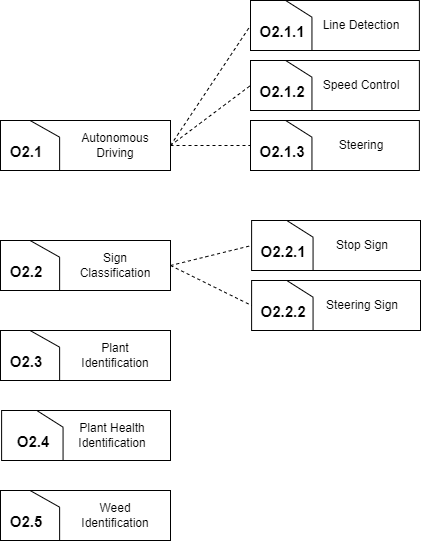
This is Documentation/System of Objectives/Internal Systems of Objectives.drawio.png from brodoluca/LosWeedsHermanos, a draw.io export, as it was before one commit. Source tidied: cells renumbered, new cells last; positions are measured from the earlier drawing's top-left corner, leaving out a move shared by most shapes. Source of this version:
```xml
<mxGraphModel>
  <root>
    <mxCell id="0" />
    <mxCell id="1" parent="0" />
    <mxCell id="2" style="group;" parent="1" vertex="1">
      <mxGeometry y="330" width="170" height="50" as="geometry" />
    </mxCell>
    <mxCell id="3" style="rounded=0;whiteSpace=wrap;html=1;" parent="2" vertex="1">
      <mxGeometry width="170" height="50" as="geometry" />
    </mxCell>
    <mxCell id="4" style="group;" parent="2" vertex="1">
      <mxGeometry x="29.6" width="29.6" height="50" as="geometry" />
    </mxCell>
    <mxCell id="5" style="endArrow=none;html=1;rounded=0;" parent="4" edge="1">
      <mxGeometry relative="1" as="geometry">
        <mxPoint x="29.6" y="50" as="sourcePoint" />
        <mxPoint x="29.6" y="16.7" as="targetPoint" />
      </mxGeometry>
    </mxCell>
    <mxCell id="6" style="endArrow=none;html=1;rounded=0;" parent="4" edge="1">
      <mxGeometry relative="1" as="geometry">
        <mxPoint as="sourcePoint" />
        <mxPoint x="29.6" y="16.7" as="targetPoint" />
      </mxGeometry>
    </mxCell>
    <mxCell id="7" value="O2.3" style="text;strokeColor=none;align=center;fillColor=none;html=1;verticalAlign=middle;whiteSpace=wrap;rounded=0;fontStyle=1;fontSize=15;" parent="4" vertex="1">
      <mxGeometry x="-14.8" y="22.2" width="22.2" height="16.7" as="geometry" />
    </mxCell>
    <mxCell id="8" value="Plant Identification" style="text;strokeColor=none;align=center;fillColor=none;html=1;verticalAlign=middle;whiteSpace=wrap;rounded=0;" parent="2" vertex="1">
      <mxGeometry x="70" y="10" width="90" height="30" as="geometry" />
    </mxCell>
    <mxCell id="9" style="group;" parent="1" vertex="1">
      <mxGeometry y="490" width="170" height="50" as="geometry" />
    </mxCell>
    <mxCell id="10" style="rounded=0;whiteSpace=wrap;html=1;" parent="9" vertex="1">
      <mxGeometry width="170" height="50" as="geometry" />
    </mxCell>
    <mxCell id="11" style="group;" parent="9" vertex="1">
      <mxGeometry x="29.6" width="29.6" height="50" as="geometry" />
    </mxCell>
    <mxCell id="12" style="endArrow=none;html=1;rounded=0;" parent="11" edge="1">
      <mxGeometry relative="1" as="geometry">
        <mxPoint x="29.6" y="50" as="sourcePoint" />
        <mxPoint x="29.6" y="16.7" as="targetPoint" />
      </mxGeometry>
    </mxCell>
    <mxCell id="13" style="endArrow=none;html=1;rounded=0;" parent="11" edge="1">
      <mxGeometry relative="1" as="geometry">
        <mxPoint as="sourcePoint" />
        <mxPoint x="29.6" y="16.7" as="targetPoint" />
      </mxGeometry>
    </mxCell>
    <mxCell id="14" value="O2.5" style="text;strokeColor=none;align=center;fillColor=none;html=1;verticalAlign=middle;whiteSpace=wrap;rounded=0;fontStyle=1;fontSize=15;" parent="11" vertex="1">
      <mxGeometry x="-14.8" y="22.2" width="22.2" height="16.7" as="geometry" />
    </mxCell>
    <mxCell id="15" value="Weed Identification" style="text;strokeColor=none;align=center;fillColor=none;html=1;verticalAlign=middle;whiteSpace=wrap;rounded=0;" parent="9" vertex="1">
      <mxGeometry x="70" y="10" width="90" height="30" as="geometry" />
    </mxCell>
    <mxCell id="16" style="group;" parent="1" vertex="1">
      <mxGeometry y="120" width="170" height="50" as="geometry" />
    </mxCell>
    <mxCell id="17" style="rounded=0;whiteSpace=wrap;html=1;" parent="16" vertex="1">
      <mxGeometry width="170" height="50" as="geometry" />
    </mxCell>
    <mxCell id="18" style="group;" parent="16" vertex="1">
      <mxGeometry x="29.6" width="29.6" height="50" as="geometry" />
    </mxCell>
    <mxCell id="19" style="endArrow=none;html=1;rounded=0;" parent="18" edge="1">
      <mxGeometry relative="1" as="geometry">
        <mxPoint x="29.6" y="50" as="sourcePoint" />
        <mxPoint x="29.6" y="16.7" as="targetPoint" />
      </mxGeometry>
    </mxCell>
    <mxCell id="20" style="endArrow=none;html=1;rounded=0;" parent="18" edge="1">
      <mxGeometry relative="1" as="geometry">
        <mxPoint as="sourcePoint" />
        <mxPoint x="29.6" y="16.7" as="targetPoint" />
      </mxGeometry>
    </mxCell>
    <mxCell id="21" value="O2.1" style="text;strokeColor=none;align=center;fillColor=none;html=1;verticalAlign=middle;whiteSpace=wrap;rounded=0;fontStyle=1;fontSize=15;" parent="18" vertex="1">
      <mxGeometry x="-14.8" y="22.2" width="22.2" height="16.7" as="geometry" />
    </mxCell>
    <mxCell id="22" value="Autonomous&lt;br&gt;Driving" style="text;strokeColor=none;align=center;fillColor=none;html=1;verticalAlign=middle;whiteSpace=wrap;rounded=0;" parent="16" vertex="1">
      <mxGeometry x="70" y="10" width="90" height="30" as="geometry" />
    </mxCell>
    <mxCell id="23" style="group;" parent="1" vertex="1">
      <mxGeometry x="258.9" width="160" height="50" as="geometry" />
    </mxCell>
    <mxCell id="24" style="rounded=0;whiteSpace=wrap;html=1;" parent="23" vertex="1">
      <mxGeometry x="-8.9" width="168.9" height="50" as="geometry" />
    </mxCell>
    <mxCell id="25" style="group;" parent="23" vertex="1">
      <mxGeometry x="26.3" width="26.3" height="50" as="geometry" />
    </mxCell>
    <mxCell id="26" style="endArrow=none;html=1;rounded=0;" parent="25" edge="1">
      <mxGeometry relative="1" as="geometry">
        <mxPoint x="26.3" y="50" as="sourcePoint" />
        <mxPoint x="26.3" y="16.7" as="targetPoint" />
      </mxGeometry>
    </mxCell>
    <mxCell id="27" style="endArrow=none;html=1;rounded=0;" parent="25" edge="1">
      <mxGeometry relative="1" as="geometry">
        <mxPoint as="sourcePoint" />
        <mxPoint x="26.3" y="16.7" as="targetPoint" />
      </mxGeometry>
    </mxCell>
    <mxCell id="28" value="O2.1.1" style="text;strokeColor=none;align=center;fillColor=none;html=1;verticalAlign=middle;whiteSpace=wrap;rounded=0;fontStyle=1;fontSize=15;" parent="25" vertex="1">
      <mxGeometry x="-13.1" y="22.2" width="19.7" height="16.7" as="geometry" />
    </mxCell>
    <mxCell id="29" value="Line Detection" style="text;strokeColor=none;align=center;fillColor=none;html=1;verticalAlign=middle;whiteSpace=wrap;rounded=0;" parent="23" vertex="1">
      <mxGeometry x="62.2" y="10" width="80" height="30" as="geometry" />
    </mxCell>
    <mxCell id="30" style="endArrow=none;dashed=1;html=1;rounded=0;exitX=1;exitY=0.5;exitDx=0;exitDy=0;entryX=0;entryY=0.5;entryDx=0;entryDy=0;" parent="1" edge="1" source="17" target="24">
      <mxGeometry relative="1" as="geometry" />
    </mxCell>
    <mxCell id="31" style="group;" parent="1" vertex="1">
      <mxGeometry y="240" width="170" height="50" as="geometry" />
    </mxCell>
    <mxCell id="32" style="rounded=0;whiteSpace=wrap;html=1;" parent="31" vertex="1">
      <mxGeometry width="170" height="50" as="geometry" />
    </mxCell>
    <mxCell id="33" style="group;" parent="31" vertex="1">
      <mxGeometry x="29.6" width="29.6" height="50" as="geometry" />
    </mxCell>
    <mxCell id="34" style="endArrow=none;html=1;rounded=0;" parent="33" edge="1">
      <mxGeometry relative="1" as="geometry">
        <mxPoint x="29.6" y="50" as="sourcePoint" />
        <mxPoint x="29.6" y="16.7" as="targetPoint" />
      </mxGeometry>
    </mxCell>
    <mxCell id="35" style="endArrow=none;html=1;rounded=0;" parent="33" edge="1">
      <mxGeometry relative="1" as="geometry">
        <mxPoint as="sourcePoint" />
        <mxPoint x="29.6" y="16.7" as="targetPoint" />
      </mxGeometry>
    </mxCell>
    <mxCell id="36" value="O2.2" style="text;strokeColor=none;align=center;fillColor=none;html=1;verticalAlign=middle;whiteSpace=wrap;rounded=0;fontStyle=1;fontSize=15;" parent="33" vertex="1">
      <mxGeometry x="-14.8" y="22.2" width="22.2" height="16.7" as="geometry" />
    </mxCell>
    <mxCell id="37" value="Sign Classification" style="text;strokeColor=none;align=center;fillColor=none;html=1;verticalAlign=middle;whiteSpace=wrap;rounded=0;" parent="31" vertex="1">
      <mxGeometry x="70" y="10" width="90" height="30" as="geometry" />
    </mxCell>
    <mxCell id="38" style="group;" parent="1" vertex="1">
      <mxGeometry x="258.9" y="60" width="160" height="50" as="geometry" />
    </mxCell>
    <mxCell id="39" style="rounded=0;whiteSpace=wrap;html=1;" parent="38" vertex="1">
      <mxGeometry x="-8.9" width="168.9" height="50" as="geometry" />
    </mxCell>
    <mxCell id="40" style="group;" parent="38" vertex="1">
      <mxGeometry x="26.3" width="26.3" height="50" as="geometry" />
    </mxCell>
    <mxCell id="41" style="endArrow=none;html=1;rounded=0;" parent="40" edge="1">
      <mxGeometry relative="1" as="geometry">
        <mxPoint x="26.3" y="50" as="sourcePoint" />
        <mxPoint x="26.3" y="16.7" as="targetPoint" />
      </mxGeometry>
    </mxCell>
    <mxCell id="42" style="endArrow=none;html=1;rounded=0;" parent="40" edge="1">
      <mxGeometry relative="1" as="geometry">
        <mxPoint as="sourcePoint" />
        <mxPoint x="26.3" y="16.7" as="targetPoint" />
      </mxGeometry>
    </mxCell>
    <mxCell id="43" value="O2.1.2" style="text;strokeColor=none;align=center;fillColor=none;html=1;verticalAlign=middle;whiteSpace=wrap;rounded=0;fontStyle=1;fontSize=15;" parent="40" vertex="1">
      <mxGeometry x="-13.1" y="22.2" width="19.7" height="16.7" as="geometry" />
    </mxCell>
    <mxCell id="44" value="Speed Control" style="text;strokeColor=none;align=center;fillColor=none;html=1;verticalAlign=middle;whiteSpace=wrap;rounded=0;" parent="38" vertex="1">
      <mxGeometry x="62.2" y="10" width="80" height="30" as="geometry" />
    </mxCell>
    <mxCell id="45" style="group;" parent="1" vertex="1">
      <mxGeometry x="258.9" y="120" width="160" height="50" as="geometry" />
    </mxCell>
    <mxCell id="46" style="rounded=0;whiteSpace=wrap;html=1;" parent="45" vertex="1">
      <mxGeometry x="-8.9" width="168.9" height="50" as="geometry" />
    </mxCell>
    <mxCell id="47" style="group;" parent="45" vertex="1">
      <mxGeometry x="26.3" width="26.3" height="50" as="geometry" />
    </mxCell>
    <mxCell id="48" style="endArrow=none;html=1;rounded=0;" parent="47" edge="1">
      <mxGeometry relative="1" as="geometry">
        <mxPoint x="26.3" y="50" as="sourcePoint" />
        <mxPoint x="26.3" y="16.7" as="targetPoint" />
      </mxGeometry>
    </mxCell>
    <mxCell id="49" style="endArrow=none;html=1;rounded=0;" parent="47" edge="1">
      <mxGeometry relative="1" as="geometry">
        <mxPoint as="sourcePoint" />
        <mxPoint x="26.3" y="16.7" as="targetPoint" />
      </mxGeometry>
    </mxCell>
    <mxCell id="50" value="O2.1.3" style="text;strokeColor=none;align=center;fillColor=none;html=1;verticalAlign=middle;whiteSpace=wrap;rounded=0;fontStyle=1;fontSize=15;" parent="47" vertex="1">
      <mxGeometry x="-13.1" y="22.2" width="19.7" height="16.7" as="geometry" />
    </mxCell>
    <mxCell id="51" value="Steering" style="text;strokeColor=none;align=center;fillColor=none;html=1;verticalAlign=middle;whiteSpace=wrap;rounded=0;" parent="45" vertex="1">
      <mxGeometry x="62.2" y="10" width="80" height="30" as="geometry" />
    </mxCell>
    <mxCell id="52" style="endArrow=none;dashed=1;html=1;rounded=0;exitX=1;exitY=0.5;exitDx=0;exitDy=0;entryX=0;entryY=0.5;entryDx=0;entryDy=0;" parent="1" edge="1" source="17" target="39">
      <mxGeometry relative="1" as="geometry" />
    </mxCell>
    <mxCell id="53" style="endArrow=none;dashed=1;html=1;rounded=0;exitX=1;exitY=0.5;exitDx=0;exitDy=0;entryX=0;entryY=0.5;entryDx=0;entryDy=0;" parent="1" edge="1" source="17" target="46">
      <mxGeometry relative="1" as="geometry" />
    </mxCell>
    <mxCell id="54" style="group;" parent="1" vertex="1">
      <mxGeometry x="260" y="220" width="160" height="50" as="geometry" />
    </mxCell>
    <mxCell id="55" style="rounded=0;whiteSpace=wrap;html=1;" parent="54" vertex="1">
      <mxGeometry x="-8.9" width="168.9" height="50" as="geometry" />
    </mxCell>
    <mxCell id="56" style="group;" parent="54" vertex="1">
      <mxGeometry x="26.3" width="26.3" height="50" as="geometry" />
    </mxCell>
    <mxCell id="57" style="endArrow=none;html=1;rounded=0;" parent="56" edge="1">
      <mxGeometry relative="1" as="geometry">
        <mxPoint x="26.3" y="50" as="sourcePoint" />
        <mxPoint x="26.3" y="16.7" as="targetPoint" />
      </mxGeometry>
    </mxCell>
    <mxCell id="58" style="endArrow=none;html=1;rounded=0;" parent="56" edge="1">
      <mxGeometry relative="1" as="geometry">
        <mxPoint as="sourcePoint" />
        <mxPoint x="26.3" y="16.7" as="targetPoint" />
      </mxGeometry>
    </mxCell>
    <mxCell id="59" value="O2.2.1" style="text;strokeColor=none;align=center;fillColor=none;html=1;verticalAlign=middle;whiteSpace=wrap;rounded=0;fontStyle=1;fontSize=15;" parent="56" vertex="1">
      <mxGeometry x="-13.1" y="22.2" width="19.7" height="16.7" as="geometry" />
    </mxCell>
    <mxCell id="60" value="Stop Sign" style="text;strokeColor=none;align=center;fillColor=none;html=1;verticalAlign=middle;whiteSpace=wrap;rounded=0;" parent="54" vertex="1">
      <mxGeometry x="62.2" y="10" width="80" height="30" as="geometry" />
    </mxCell>
    <mxCell id="61" style="group;" parent="1" vertex="1">
      <mxGeometry x="260" y="280" width="160" height="50" as="geometry" />
    </mxCell>
    <mxCell id="62" style="rounded=0;whiteSpace=wrap;html=1;" parent="61" vertex="1">
      <mxGeometry x="-8.9" width="168.9" height="50" as="geometry" />
    </mxCell>
    <mxCell id="63" style="group;" parent="61" vertex="1">
      <mxGeometry x="26.3" width="26.3" height="50" as="geometry" />
    </mxCell>
    <mxCell id="64" style="endArrow=none;html=1;rounded=0;" parent="63" edge="1">
      <mxGeometry relative="1" as="geometry">
        <mxPoint x="26.3" y="50" as="sourcePoint" />
        <mxPoint x="26.3" y="16.7" as="targetPoint" />
      </mxGeometry>
    </mxCell>
    <mxCell id="65" style="endArrow=none;html=1;rounded=0;" parent="63" edge="1">
      <mxGeometry relative="1" as="geometry">
        <mxPoint as="sourcePoint" />
        <mxPoint x="26.3" y="16.7" as="targetPoint" />
      </mxGeometry>
    </mxCell>
    <mxCell id="66" value="O2.2.2" style="text;strokeColor=none;align=center;fillColor=none;html=1;verticalAlign=middle;whiteSpace=wrap;rounded=0;fontStyle=1;fontSize=15;" parent="63" vertex="1">
      <mxGeometry x="-13.1" y="22.2" width="19.7" height="16.7" as="geometry" />
    </mxCell>
    <mxCell id="67" value="Steering Sign" style="text;strokeColor=none;align=center;fillColor=none;html=1;verticalAlign=middle;whiteSpace=wrap;rounded=0;" parent="61" vertex="1">
      <mxGeometry x="62.2" y="10" width="80" height="30" as="geometry" />
    </mxCell>
    <mxCell id="68" style="endArrow=none;dashed=1;html=1;rounded=0;exitX=1;exitY=0.5;exitDx=0;exitDy=0;entryX=0;entryY=0.5;entryDx=0;entryDy=0;" parent="1" edge="1" source="32" target="55">
      <mxGeometry relative="1" as="geometry" />
    </mxCell>
    <mxCell id="69" style="endArrow=none;dashed=1;html=1;rounded=0;exitX=1;exitY=0.5;exitDx=0;exitDy=0;entryX=0;entryY=0.5;entryDx=0;entryDy=0;" parent="1" edge="1" source="32" target="62">
      <mxGeometry relative="1" as="geometry" />
    </mxCell>
    <mxCell id="70" style="group;" parent="1" vertex="1">
      <mxGeometry x="10" y="410" width="160" height="50" as="geometry" />
    </mxCell>
    <mxCell id="71" style="rounded=0;whiteSpace=wrap;html=1;" parent="70" vertex="1">
      <mxGeometry x="-8.9" width="168.9" height="50" as="geometry" />
    </mxCell>
    <mxCell id="72" style="group;" parent="70" vertex="1">
      <mxGeometry x="26.3" width="26.3" height="50" as="geometry" />
    </mxCell>
    <mxCell id="73" style="endArrow=none;html=1;rounded=0;" parent="72" edge="1">
      <mxGeometry relative="1" as="geometry">
        <mxPoint x="26.3" y="50" as="sourcePoint" />
        <mxPoint x="26.3" y="16.7" as="targetPoint" />
      </mxGeometry>
    </mxCell>
    <mxCell id="74" style="endArrow=none;html=1;rounded=0;" parent="72" edge="1">
      <mxGeometry relative="1" as="geometry">
        <mxPoint as="sourcePoint" />
        <mxPoint x="26.3" y="16.7" as="targetPoint" />
      </mxGeometry>
    </mxCell>
    <mxCell id="75" value="O2.4" style="text;strokeColor=none;align=center;fillColor=none;html=1;verticalAlign=middle;whiteSpace=wrap;rounded=0;fontStyle=1;fontSize=15;" parent="72" vertex="1">
      <mxGeometry x="-13.1" y="22.2" width="19.7" height="16.7" as="geometry" />
    </mxCell>
    <mxCell id="76" value="Plant Health Identification" style="text;strokeColor=none;align=center;fillColor=none;html=1;verticalAlign=middle;whiteSpace=wrap;rounded=0;" parent="70" vertex="1">
      <mxGeometry x="62.2" y="10" width="80" height="30" as="geometry" />
    </mxCell>
  </root>
</mxGraphModel>
```
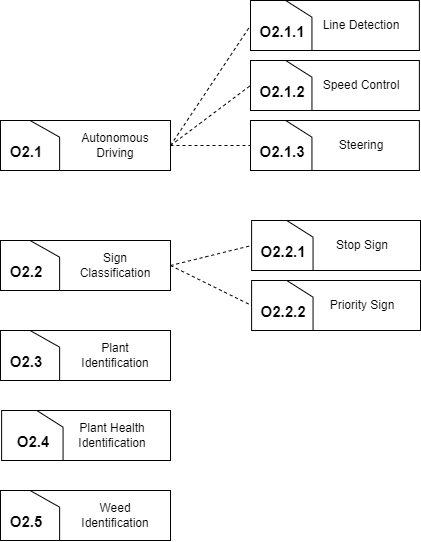
After the change.

Commit message:
fix internal system of objectives

The edit, as a diff of the source:
```diff
@@ -251,7 +251,7 @@
     <mxCell id="66" value="O2.2.2" style="text;strokeColor=none;align=center;fillColor=none;html=1;verticalAlign=middle;whiteSpace=wrap;rounded=0;fontStyle=1;fontSize=15;" parent="63" vertex="1">
       <mxGeometry x="-13.1" y="22.2" width="19.7" height="16.7" as="geometry" />
     </mxCell>
-    <mxCell id="67" value="Steering Sign" style="text;strokeColor=none;align=center;fillColor=none;html=1;verticalAlign=middle;whiteSpace=wrap;rounded=0;" parent="61" vertex="1">
+    <mxCell id="67" value="Priority Sign" style="text;strokeColor=none;align=center;fillColor=none;html=1;verticalAlign=middle;whiteSpace=wrap;rounded=0;" parent="61" vertex="1">
       <mxGeometry x="62.2" y="10" width="80" height="30" as="geometry" />
     </mxCell>
     <mxCell id="68" style="endArrow=none;dashed=1;html=1;rounded=0;exitX=1;exitY=0.5;exitDx=0;exitDy=0;entryX=0;entryY=0.5;entryDx=0;entryDy=0;" parent="1" edge="1" source="32" target="55">
```
